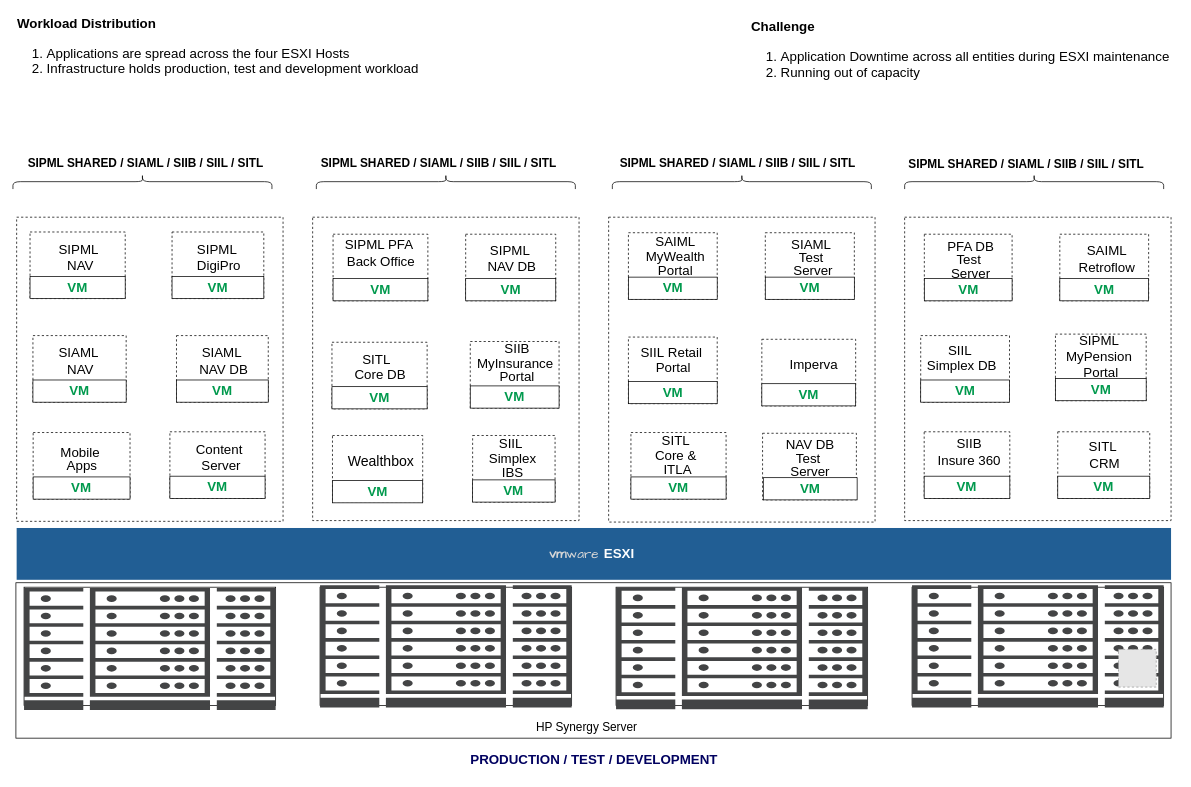
Before: enterprise-server-as-is.drawio in Great-B/standard-arch-diagrams, a draw.io diagram. Source tidied: cells renumbered, new cells numbered last; positions are measured from the earlier drawing's top-left corner, leaving out a move shared by most shapes. Both pictures are drawn from the tidied source at 74%, with x=0, y=0 at pixel (16, 13). Pictures stored in the file or linked from it are replaced by grey dashed boxes.
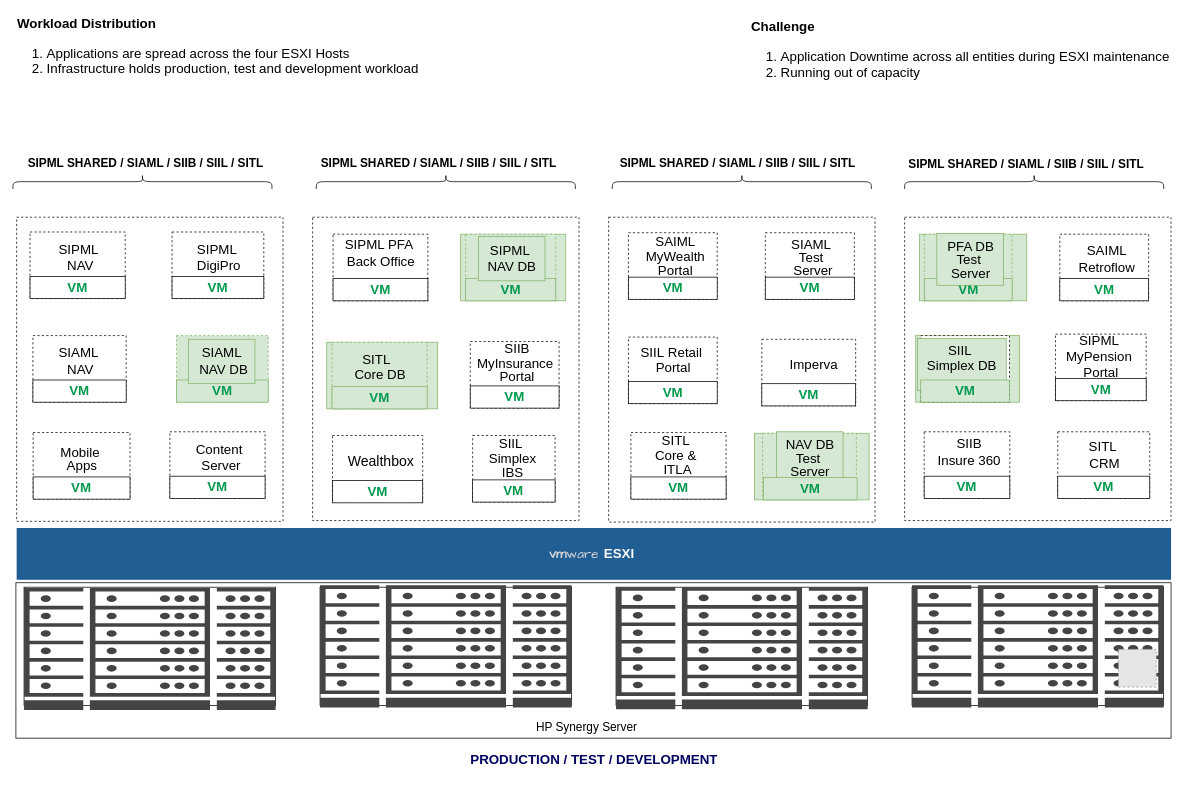
The same diagram, later.

The change refers to these unchanged cells:
```xml
<mxCell id="46" style="group;fontSize=16;" parent="1" vertex="1">
  <mxGeometry x="211" y="436" width="130" height="230" as="geometry" />
</mxCell>
```

Change to the diagram source:
```diff
@@
-    <mxCell id="12" style="group;" parent="1" vertex="1">
+    <mxCell id="12" style="group;fillColor=#d5e8d4;strokeColor=#82b366;" parent="1" vertex="1">
       <mxGeometry x="601" y="299" width="142" height="90" as="geometry" />
     </mxCell>
-    <mxCell id="13" style="rounded=0;whiteSpace=wrap;html=1;dashed=1;" parent="12" vertex="1">
+    <mxCell id="13" style="rounded=0;whiteSpace=wrap;html=1;dashed=1;fillColor=#d5e8d4;strokeColor=#82b366;" parent="12" vertex="1">
       <mxGeometry x="6.8" width="121.7" height="90" as="geometry" />
     </mxCell>
-    <mxCell id="14" value="&lt;font color=&quot;#00994d&quot; size=&quot;1&quot;&gt;&lt;b style=&quot;font-size: 18px;&quot;&gt;VM&lt;/b&gt;&lt;/font&gt;" style="rounded=0;whiteSpace=wrap;html=1;" parent="12" vertex="1">
+    <mxCell id="14" value="&lt;font color=&quot;#00994d&quot; size=&quot;1&quot;&gt;&lt;b style=&quot;font-size: 18px;&quot;&gt;VM&lt;/b&gt;&lt;/font&gt;" style="rounded=0;whiteSpace=wrap;html=1;fillColor=#d5e8d4;strokeColor=#82b366;" parent="12" vertex="1">
       <mxGeometry x="6.8" y="60" width="121.7" height="30" as="geometry" />
     </mxCell>
-    <mxCell id="15" value="&lt;font style=&quot;font-size: 18px;&quot;&gt;SIPML&amp;nbsp;&lt;/font&gt;&lt;div style=&quot;font-size: 18px;&quot;&gt;&lt;font style=&quot;font-size: 18px;&quot;&gt;NAV DB&lt;/font&gt;&lt;/div&gt;" style="text;html=1;align=center;verticalAlign=middle;strokeColor=none;fillColor=none;fontSize=18;" parent="12" vertex="1">
+    <mxCell id="15" value="&lt;font style=&quot;font-size: 18px;&quot;&gt;SIPML&amp;nbsp;&lt;/font&gt;&lt;div style=&quot;font-size: 18px;&quot;&gt;&lt;font style=&quot;font-size: 18px;&quot;&gt;NAV DB&lt;/font&gt;&lt;/div&gt;" style="text;html=1;align=center;verticalAlign=middle;strokeColor=#82b366;fillColor=#d5e8d4;fontSize=18;" parent="12" vertex="1">
       <mxGeometry x="24" y="3" width="90" height="60" as="geometry" />
     </mxCell>
@@
-    <mxCell id="47" style="rounded=0;whiteSpace=wrap;html=1;dashed=1;" parent="46" vertex="1">
+    <mxCell id="47" style="rounded=0;whiteSpace=wrap;html=1;dashed=1;fillColor=#d5e8d4;strokeColor=#82b366;" parent="46" vertex="1">
       <mxGeometry x="6" width="124" height="90" as="geometry" />
     </mxCell>
-    <mxCell id="48" value="&lt;font color=&quot;#00994d&quot; size=&quot;1&quot;&gt;&lt;span style=&quot;font-size: 18px;&quot;&gt;&lt;b&gt;VM&lt;/b&gt;&lt;/span&gt;&lt;/font&gt;" style="rounded=0;whiteSpace=wrap;html=1;" parent="46" vertex="1">
+    <mxCell id="48" value="&lt;font color=&quot;#00994d&quot; size=&quot;1&quot;&gt;&lt;span style=&quot;font-size: 18px;&quot;&gt;&lt;b&gt;VM&lt;/b&gt;&lt;/span&gt;&lt;/font&gt;" style="rounded=0;whiteSpace=wrap;html=1;fillColor=#d5e8d4;strokeColor=#82b366;" parent="46" vertex="1">
       <mxGeometry x="6" y="60" width="124" height="30" as="geometry" />
     </mxCell>
-    <mxCell id="49" value="&lt;font style=&quot;font-size: 18px;&quot;&gt;SIAML&lt;/font&gt;&lt;div style=&quot;font-size: 18px;&quot;&gt;&lt;font style=&quot;font-size: 18px;&quot;&gt;&amp;nbsp;NAV&amp;nbsp;&lt;span style=&quot;background-color: initial; font-size: 18px;&quot;&gt;DB&lt;/span&gt;&lt;/font&gt;&lt;/div&gt;" style="text;html=1;align=center;verticalAlign=middle;strokeColor=none;fillColor=none;fontSize=18;" parent="46" vertex="1">
+    <mxCell id="49" value="&lt;font style=&quot;font-size: 18px;&quot;&gt;SIAML&lt;/font&gt;&lt;div style=&quot;font-size: 18px;&quot;&gt;&lt;font style=&quot;font-size: 18px;&quot;&gt;&amp;nbsp;NAV&amp;nbsp;&lt;span style=&quot;background-color: initial; font-size: 18px;&quot;&gt;DB&lt;/span&gt;&lt;/font&gt;&lt;/div&gt;" style="text;html=1;align=center;verticalAlign=middle;strokeColor=#82b366;fillColor=#d5e8d4;fontSize=18;" parent="46" vertex="1">
       <mxGeometry x="22" y="5" width="90" height="60" as="geometry" />
     </mxCell>
@@
-    <mxCell id="73" style="group;fontSize=16;" parent="1" vertex="1">
+    <mxCell id="73" style="group;fontSize=16;fillColor=#d5e8d4;strokeColor=#82b366;" parent="1" vertex="1">
       <mxGeometry x="420" y="445" width="150" height="90" as="geometry" />
     </mxCell>
-    <mxCell id="74" style="rounded=0;whiteSpace=wrap;html=1;dashed=1;" parent="73" vertex="1">
+    <mxCell id="74" style="rounded=0;whiteSpace=wrap;html=1;dashed=1;fillColor=#d5e8d4;strokeColor=#82b366;" parent="73" vertex="1">
       <mxGeometry x="7.1" width="128.6" height="90" as="geometry" />
     </mxCell>
-    <mxCell id="75" value="&lt;font color=&quot;#00994d&quot; size=&quot;1&quot;&gt;&lt;b style=&quot;font-size: 18px;&quot;&gt;VM&lt;/b&gt;&lt;/font&gt;" style="rounded=0;whiteSpace=wrap;html=1;" parent="73" vertex="1">
+    <mxCell id="75" value="&lt;font color=&quot;#00994d&quot; size=&quot;1&quot;&gt;&lt;b style=&quot;font-size: 18px;&quot;&gt;VM&lt;/b&gt;&lt;/font&gt;" style="rounded=0;whiteSpace=wrap;html=1;fillColor=#d5e8d4;strokeColor=#82b366;" parent="73" vertex="1">
       <mxGeometry x="7.1" y="60" width="128.6" height="30" as="geometry" />
     </mxCell>
@@
-    <mxCell id="87" style="group;fontSize=16;" parent="1" vertex="1">
+    <mxCell id="87" style="group;fontSize=16;fillColor=#d5e8d4;strokeColor=#82b366;" parent="1" vertex="1">
       <mxGeometry x="1216" y="436" width="140" height="90" as="geometry" />
     </mxCell>
@@
+    <mxCell id="90" value="&lt;font style=&quot;font-size: 18px;&quot;&gt;SIIL&amp;nbsp;&lt;/font&gt;&lt;div style=&quot;line-height: 100%; font-size: 18px;&quot;&gt;&lt;font style=&quot;font-size: 18px;&quot;&gt;Simplex&amp;nbsp;&lt;span style=&quot;background-color: initial;&quot;&gt;DB&lt;/span&gt;&lt;/font&gt;&lt;/div&gt;&lt;div style=&quot;line-height: 100%; font-size: 18px;&quot;&gt;&lt;div style=&quot;line-height: 100%;&quot;&gt;&lt;br style=&quot;&quot;&gt;&lt;/div&gt;&lt;/div&gt;" style="text;html=1;align=center;verticalAlign=middle;strokeColor=#82b366;fillColor=#d5e8d4;fontSize=16;" parent="87" vertex="1">
+      <mxGeometry x="2.3" y="4" width="120" height="70" as="geometry" />
+    </mxCell>
-    <mxCell id="89" value="&lt;font color=&quot;#00994d&quot; size=&quot;1&quot;&gt;&lt;b style=&quot;font-size: 18px;&quot;&gt;VM&lt;/b&gt;&lt;/font&gt;" style="rounded=0;whiteSpace=wrap;html=1;" parent="87" vertex="1">
+    <mxCell id="89" value="&lt;font color=&quot;#00994d&quot; size=&quot;1&quot;&gt;&lt;b style=&quot;font-size: 18px;&quot;&gt;VM&lt;/b&gt;&lt;/font&gt;" style="rounded=0;whiteSpace=wrap;html=1;fillColor=#d5e8d4;strokeColor=#82b366;" parent="87" vertex="1">
       <mxGeometry x="6.7" y="60" width="120" height="30" as="geometry" />
     </mxCell>
-    <mxCell id="90" value="&lt;font style=&quot;font-size: 18px;&quot;&gt;SIIL&amp;nbsp;&lt;/font&gt;&lt;div style=&quot;line-height: 100%; font-size: 18px;&quot;&gt;&lt;font style=&quot;font-size: 18px;&quot;&gt;Simplex&amp;nbsp;&lt;span style=&quot;background-color: initial;&quot;&gt;DB&lt;/span&gt;&lt;/font&gt;&lt;/div&gt;&lt;div style=&quot;line-height: 100%; font-size: 18px;&quot;&gt;&lt;div style=&quot;line-height: 100%;&quot;&gt;&lt;br style=&quot;&quot;&gt;&lt;/div&gt;&lt;/div&gt;" style="text;html=1;align=center;verticalAlign=middle;strokeColor=none;fillColor=none;fontSize=16;" parent="87" vertex="1">
-      <mxGeometry x="2.3" y="4" width="120" height="70" as="geometry" />
-    </mxCell>
@@
-    <mxCell id="95" style="group;fontSize=16;" parent="1" vertex="1">
+    <mxCell id="95" style="group;fontSize=16;fillColor=#d5e8d4;strokeColor=#82b366;" parent="1" vertex="1">
       <mxGeometry x="998" y="568" width="155" height="90" as="geometry" />
     </mxCell>
-    <mxCell id="96" style="rounded=0;whiteSpace=wrap;html=1;dashed=1;" parent="95" vertex="1">
+    <mxCell id="96" style="rounded=0;whiteSpace=wrap;html=1;dashed=1;fillColor=#d5e8d4;strokeColor=#82b366;" parent="95" vertex="1">
       <mxGeometry x="11" width="126.8" height="90" as="geometry" />
     </mxCell>
+    <mxCell id="98" value="&lt;div style=&quot;font-size: 18px; line-height: 100%;&quot;&gt;&lt;div style=&quot;line-height: 100%;&quot;&gt;NAV DB&lt;/div&gt;&lt;div style=&quot;line-height: 100%;&quot;&gt;Test&amp;nbsp;&lt;/div&gt;&lt;div style=&quot;line-height: 100%;&quot;&gt;Server&lt;/div&gt;&lt;/div&gt;" style="text;html=1;align=center;verticalAlign=middle;strokeColor=#82b366;fillColor=#d5e8d4;fontSize=16;" parent="95" vertex="1">
+      <mxGeometry x="29.7" y="-2" width="90" height="70" as="geometry" />
+    </mxCell>
-    <mxCell id="97" value="&lt;font color=&quot;#00994d&quot; size=&quot;1&quot;&gt;&lt;b style=&quot;font-size: 18px;&quot;&gt;VM&lt;/b&gt;&lt;/font&gt;" style="rounded=0;whiteSpace=wrap;html=1;" parent="95" vertex="1">
+    <mxCell id="97" value="&lt;font color=&quot;#00994d&quot; size=&quot;1&quot;&gt;&lt;b style=&quot;font-size: 18px;&quot;&gt;VM&lt;/b&gt;&lt;/font&gt;" style="rounded=0;whiteSpace=wrap;html=1;fillColor=#d5e8d4;strokeColor=#82b366;" parent="95" vertex="1">
       <mxGeometry x="12" y="60" width="126.8" height="30" as="geometry" />
     </mxCell>
-    <mxCell id="98" value="&lt;div style=&quot;font-size: 18px; line-height: 100%;&quot;&gt;&lt;div style=&quot;line-height: 100%;&quot;&gt;NAV DB&lt;/div&gt;&lt;div style=&quot;line-height: 100%;&quot;&gt;Test&amp;nbsp;&lt;/div&gt;&lt;div style=&quot;line-height: 100%;&quot;&gt;Server&lt;/div&gt;&lt;/div&gt;" style="text;html=1;align=center;verticalAlign=middle;strokeColor=none;fillColor=none;fontSize=16;" parent="95" vertex="1">
-      <mxGeometry x="29.7" y="-2" width="90" height="70" as="geometry" />
-    </mxCell>
-    <mxCell id="99" style="group;fontSize=16;" parent="1" vertex="1">
+    <mxCell id="99" style="group;fontSize=16;fillColor=#d5e8d4;strokeColor=#82b366;" parent="1" vertex="1">
       <mxGeometry x="1221" y="299" width="145" height="90" as="geometry" />
     </mxCell>
-    <mxCell id="100" style="rounded=0;whiteSpace=wrap;html=1;dashed=1;" parent="99" vertex="1">
+    <mxCell id="100" style="rounded=0;whiteSpace=wrap;html=1;dashed=1;fillColor=#d5e8d4;strokeColor=#82b366;" parent="99" vertex="1">
       <mxGeometry x="6.6" width="118.6" height="90" as="geometry" />
     </mxCell>
-    <mxCell id="101" value="&lt;font color=&quot;#00994d&quot; size=&quot;1&quot;&gt;&lt;b style=&quot;font-size: 18px;&quot;&gt;VM&lt;/b&gt;&lt;/font&gt;" style="rounded=0;whiteSpace=wrap;html=1;" parent="99" vertex="1">
+    <mxCell id="101" value="&lt;font color=&quot;#00994d&quot; size=&quot;1&quot;&gt;&lt;b style=&quot;font-size: 18px;&quot;&gt;VM&lt;/b&gt;&lt;/font&gt;" style="rounded=0;whiteSpace=wrap;html=1;fillColor=#d5e8d4;strokeColor=#82b366;" parent="99" vertex="1">
       <mxGeometry x="6.6" y="60" width="118.6" height="30" as="geometry" />
     </mxCell>
-    <mxCell id="102" value="&lt;div style=&quot;font-size: 18px; line-height: 100%;&quot;&gt;&lt;div style=&quot;line-height: 100%;&quot;&gt;PFA DB&lt;/div&gt;&lt;div style=&quot;line-height: 100%;&quot;&gt;Test&amp;nbsp;&lt;/div&gt;&lt;div style=&quot;line-height: 100%;&quot;&gt;Server&lt;/div&gt;&lt;/div&gt;" style="text;html=1;align=center;verticalAlign=middle;strokeColor=none;fillColor=none;fontSize=16;" parent="99" vertex="1">
+    <mxCell id="102" value="&lt;div style=&quot;font-size: 18px; line-height: 100%;&quot;&gt;&lt;div style=&quot;line-height: 100%;&quot;&gt;PFA DB&lt;/div&gt;&lt;div style=&quot;line-height: 100%;&quot;&gt;Test&amp;nbsp;&lt;/div&gt;&lt;div style=&quot;line-height: 100%;&quot;&gt;Server&lt;/div&gt;&lt;/div&gt;" style="text;html=1;align=center;verticalAlign=middle;strokeColor=#82b366;fillColor=#d5e8d4;fontSize=16;" parent="99" vertex="1">
       <mxGeometry x="23.5" y="-1" width="90" height="70" as="geometry" />
     </mxCell>
```
